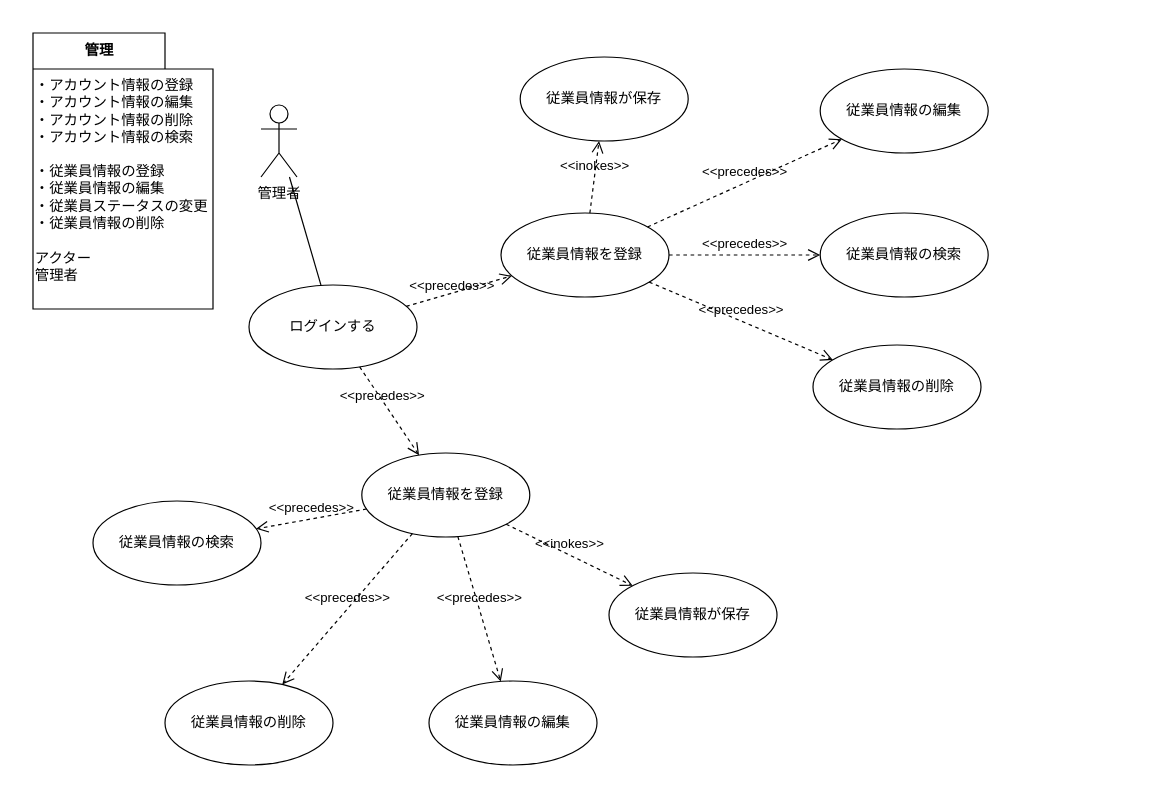
Before: drawio/account_manager/management.dio in takashiraki/github_image, a draw.io diagram. Source tidied: cells renumbered, new cells numbered last; positions are measured from the earlier drawing's top-left corner, leaving out a move shared by most shapes. Both pictures are drawn from the tidied source at 120%, with x=0, y=0 at pixel (20, 20).
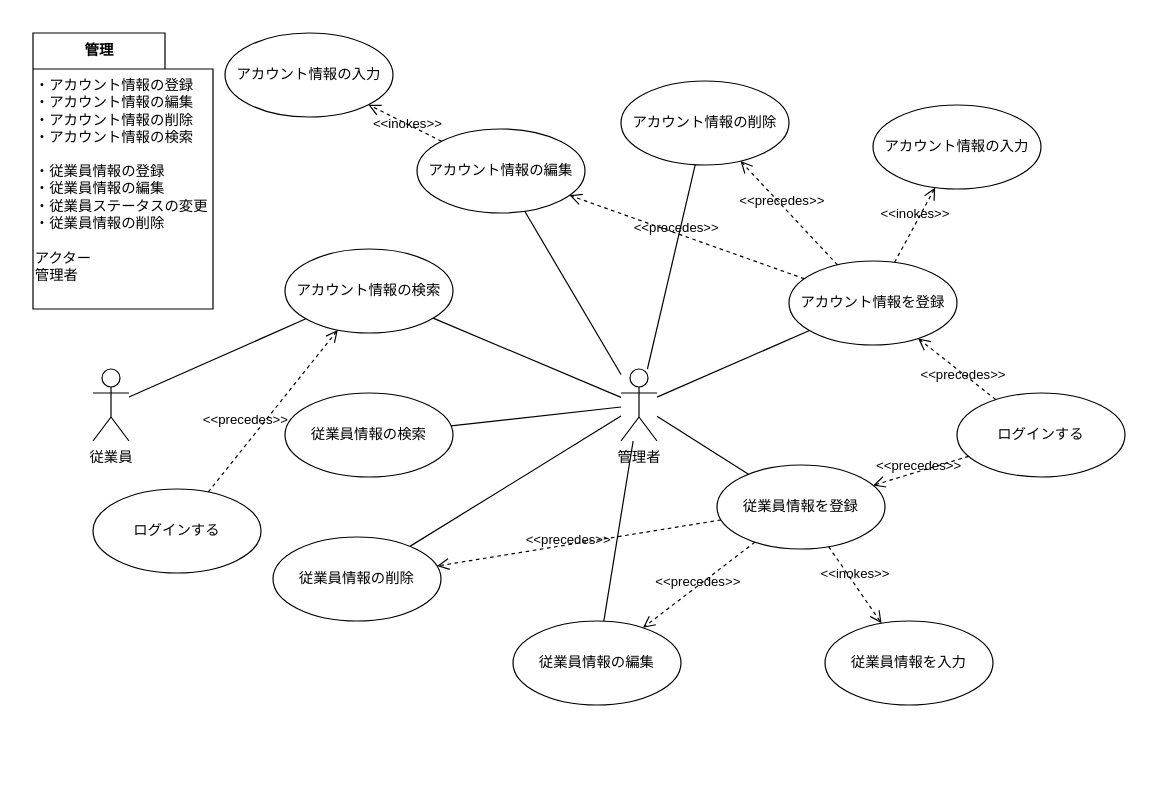
The same diagram, later.

What changed in the source:
```diff
@@
     <mxCell id="2" style="rounded=0;whiteSpace=wrap;html=1;strokeColor=none;" parent="1" vertex="1">
-      <mxGeometry width="930" height="640" as="geometry" />
+      <mxGeometry width="930" height="580" as="geometry" />
     </mxCell>
     <mxCell id="3" value="管理者" style="shape=umlActor;verticalLabelPosition=bottom;verticalAlign=top;html=1;outlineConnect=0;" parent="1" vertex="1">
-      <mxGeometry x="200" y="70" width="30" height="60" as="geometry" />
+      <mxGeometry x="500" y="290" width="30" height="60" as="geometry" />
     </mxCell>
@@
-    <mxCell id="6" value="従業員情報を登録" style="ellipse;whiteSpace=wrap;html=1;" parent="1" vertex="1">
-      <mxGeometry x="400" y="160" width="140" height="70" as="geometry" />
+    <mxCell id="6" value="アカウント情報を登録" style="ellipse;whiteSpace=wrap;html=1;" parent="1" vertex="1">
+      <mxGeometry x="640" y="200" width="140" height="70" as="geometry" />
     </mxCell>
-    <mxCell id="7" value="&amp;lt;&amp;lt;precedes&amp;gt;&amp;gt;" style="endArrow=open;startArrow=none;endFill=0;startFill=0;endSize=8;html=1;verticalAlign=bottom;dashed=1;labelBackgroundColor=none;" parent="1" edge="1" source="6" target="10">
-      <mxGeometry relative="1" as="geometry" />
-    </mxCell>
@@
-    <mxCell id="9" value="従業員情報が保存" style="ellipse;whiteSpace=wrap;html=1;" parent="1" vertex="1">
-      <mxGeometry x="416" y="30" width="140" height="70" as="geometry" />
+    <mxCell id="9" value="アカウント情報の入力" style="ellipse;whiteSpace=wrap;html=1;" parent="1" vertex="1">
+      <mxGeometry x="710" y="70" width="140" height="70" as="geometry" />
     </mxCell>
-    <mxCell id="10" value="従業員情報の編集" style="ellipse;whiteSpace=wrap;html=1;" parent="1" vertex="1">
-      <mxGeometry x="666" y="40" width="140" height="70" as="geometry" />
+    <mxCell id="10" value="アカウント情報の編集" style="ellipse;whiteSpace=wrap;html=1;" parent="1" vertex="1">
+      <mxGeometry x="330" y="90" width="140" height="70" as="geometry" />
     </mxCell>
-    <mxCell id="11" value="従業員情報の削除" style="ellipse;whiteSpace=wrap;html=1;" parent="1" vertex="1">
-      <mxGeometry x="660" y="270" width="140" height="70" as="geometry" />
+    <mxCell id="11" value="アカウント情報の削除" style="ellipse;whiteSpace=wrap;html=1;" parent="1" vertex="1">
+      <mxGeometry x="500" y="50" width="140" height="70" as="geometry" />
     </mxCell>
-    <mxCell id="12" value="従業員情報の検索" style="ellipse;whiteSpace=wrap;html=1;" parent="1" vertex="1">
-      <mxGeometry x="666" y="160" width="140" height="70" as="geometry" />
+    <mxCell id="12" value="アカウント情報の検索" style="ellipse;whiteSpace=wrap;html=1;" parent="1" vertex="1">
+      <mxGeometry x="220" y="190" width="140" height="70" as="geometry" />
     </mxCell>
-    <mxCell id="13" value="&amp;lt;&amp;lt;precedes&amp;gt;&amp;gt;" style="endArrow=open;startArrow=none;endFill=0;startFill=0;endSize=8;html=1;verticalAlign=bottom;dashed=1;labelBackgroundColor=none;" parent="1" edge="1" source="6" target="11">
-      <mxGeometry relative="1" as="geometry" />
-    </mxCell>
-    <mxCell id="14" value="&amp;lt;&amp;lt;precedes&amp;gt;&amp;gt;" style="endArrow=open;startArrow=none;endFill=0;startFill=0;endSize=8;html=1;verticalAlign=bottom;dashed=1;labelBackgroundColor=none;" parent="1" edge="1" source="6" target="12">
-      <mxGeometry relative="1" as="geometry" />
-    </mxCell>
     <mxCell id="15" value="従業員情報を登録" style="ellipse;whiteSpace=wrap;html=1;" parent="1" vertex="1">
-      <mxGeometry x="284" y="360" width="140" height="70" as="geometry" />
+      <mxGeometry x="580" y="370" width="140" height="70" as="geometry" />
     </mxCell>
-    <mxCell id="16" value="&amp;lt;&amp;lt;precedes&amp;gt;&amp;gt;" style="endArrow=open;startArrow=none;endFill=0;startFill=0;endSize=8;html=1;verticalAlign=bottom;dashed=1;labelBackgroundColor=none;" parent="1" edge="1" source="15" target="19">
-      <mxGeometry relative="1" as="geometry" />
-    </mxCell>
@@
-    <mxCell id="18" value="従業員情報が保存" style="ellipse;whiteSpace=wrap;html=1;" parent="1" vertex="1">
-      <mxGeometry x="490" y="460" width="140" height="70" as="geometry" />
+    <mxCell id="18" value="従業員情報を入力" style="ellipse;whiteSpace=wrap;html=1;" parent="1" vertex="1">
+      <mxGeometry x="670" y="500" width="140" height="70" as="geometry" />
     </mxCell>
     <mxCell id="19" value="従業員情報の編集" style="ellipse;whiteSpace=wrap;html=1;" parent="1" vertex="1">
-      <mxGeometry x="340" y="550" width="140" height="70" as="geometry" />
+      <mxGeometry x="410" y="500" width="140" height="70" as="geometry" />
     </mxCell>
     <mxCell id="20" value="従業員情報の削除" style="ellipse;whiteSpace=wrap;html=1;" parent="1" vertex="1">
-      <mxGeometry x="120" y="550" width="140" height="70" as="geometry" />
+      <mxGeometry x="210" y="430" width="140" height="70" as="geometry" />
     </mxCell>
     <mxCell id="21" value="従業員情報の検索" style="ellipse;whiteSpace=wrap;html=1;" parent="1" vertex="1">
-      <mxGeometry x="60" y="400" width="140" height="70" as="geometry" />
+      <mxGeometry x="220" y="310" width="140" height="70" as="geometry" />
     </mxCell>
-    <mxCell id="22" value="&amp;lt;&amp;lt;precedes&amp;gt;&amp;gt;" style="endArrow=open;startArrow=none;endFill=0;startFill=0;endSize=8;html=1;verticalAlign=bottom;dashed=1;labelBackgroundColor=none;" parent="1" edge="1" source="15" target="20">
-      <mxGeometry relative="1" as="geometry" />
-    </mxCell>
-    <mxCell id="23" value="&amp;lt;&amp;lt;precedes&amp;gt;&amp;gt;" style="endArrow=open;startArrow=none;endFill=0;startFill=0;endSize=8;html=1;verticalAlign=bottom;dashed=1;labelBackgroundColor=none;" parent="1" edge="1" source="15" target="21">
-      <mxGeometry relative="1" as="geometry" />
-    </mxCell>
     <mxCell id="24" value="ログインする" style="ellipse;whiteSpace=wrap;html=1;" parent="1" vertex="1">
-      <mxGeometry x="190" y="220" width="140" height="70" as="geometry" />
+      <mxGeometry x="780" y="310" width="140" height="70" as="geometry" />
     </mxCell>
     <mxCell id="25" value="&amp;lt;&amp;lt;precedes&amp;gt;&amp;gt;" style="endArrow=open;startArrow=none;endFill=0;startFill=0;endSize=8;html=1;verticalAlign=bottom;dashed=1;labelBackgroundColor=none;" parent="1" edge="1" source="24" target="6">
-      <mxGeometry x="-0.14" y="-3" relative="1" as="geometry" />
+      <mxGeometry x="-0.31" y="8" relative="1" as="geometry" />
     </mxCell>
     <mxCell id="26" value="&amp;lt;&amp;lt;precedes&amp;gt;&amp;gt;" style="endArrow=open;startArrow=none;endFill=0;startFill=0;endSize=8;html=1;verticalAlign=bottom;dashed=1;labelBackgroundColor=none;" parent="1" edge="1" source="24" target="15">
-      <mxGeometry x="-0.14" y="-3" relative="1" as="geometry" />
+      <mxGeometry x="0.08" y="4" relative="1" as="geometry" />
     </mxCell>
-    <mxCell id="27" style="endArrow=none;html=1;" parent="1" edge="1" source="24" target="3">
+    <mxCell id="27" style="endArrow=none;html=1;" parent="1" edge="1" source="6" target="3">
       <mxGeometry relative="1" as="geometry" />
     </mxCell>
+    <mxCell id="28" style="endArrow=none;html=1;" parent="1" edge="1" source="15" target="3">
+      <mxGeometry relative="1" as="geometry" />
+    </mxCell>
+    <mxCell id="29" style="endArrow=none;html=1;" parent="1" edge="1" source="3" target="11">
+      <mxGeometry relative="1" as="geometry" />
+    </mxCell>
+    <mxCell id="30" style="endArrow=none;html=1;" parent="1" edge="1" source="3" target="10">
+      <mxGeometry relative="1" as="geometry" />
+    </mxCell>
+    <mxCell id="31" style="endArrow=none;html=1;" parent="1" edge="1" source="3" target="12">
+      <mxGeometry relative="1" as="geometry" />
+    </mxCell>
+    <mxCell id="32" value="アカウント情報の入力" style="ellipse;whiteSpace=wrap;html=1;" parent="1" vertex="1">
+      <mxGeometry x="170" y="10" width="140" height="70" as="geometry" />
+    </mxCell>
+    <mxCell id="33" value="&amp;lt;&amp;lt;inokes&amp;gt;&amp;gt;" style="endArrow=open;startArrow=none;endFill=0;startFill=0;endSize=8;html=1;verticalAlign=bottom;dashed=1;labelBackgroundColor=none;" parent="1" edge="1" source="10" target="32">
+      <mxGeometry x="-0.17" y="8" relative="1" as="geometry" />
+    </mxCell>
+    <mxCell id="34" style="endArrow=none;html=1;" parent="1" edge="1" source="3" target="21">
+      <mxGeometry relative="1" as="geometry" />
+    </mxCell>
+    <mxCell id="35" style="endArrow=none;html=1;" parent="1" edge="1" source="3" target="19">
+      <mxGeometry relative="1" as="geometry" />
+    </mxCell>
+    <mxCell id="36" style="endArrow=none;html=1;" parent="1" edge="1" source="3" target="20">
+      <mxGeometry relative="1" as="geometry" />
+    </mxCell>
+    <mxCell id="13" value="&amp;lt;&amp;lt;precedes&amp;gt;&amp;gt;" style="endArrow=open;startArrow=none;endFill=0;startFill=0;endSize=8;html=1;verticalAlign=bottom;dashed=1;labelBackgroundColor=none;" parent="1" edge="1" source="6" target="11">
+      <mxGeometry x="0.08" y="4" relative="1" as="geometry" />
+    </mxCell>
+    <mxCell id="7" value="&amp;lt;&amp;lt;precedes&amp;gt;&amp;gt;" style="endArrow=open;startArrow=none;endFill=0;startFill=0;endSize=8;html=1;verticalAlign=bottom;dashed=1;labelBackgroundColor=none;" parent="1" edge="1" source="6" target="10">
+      <mxGeometry x="0.08" y="4" relative="1" as="geometry" />
+    </mxCell>
+    <mxCell id="16" value="&amp;lt;&amp;lt;precedes&amp;gt;&amp;gt;" style="endArrow=open;startArrow=none;endFill=0;startFill=0;endSize=8;html=1;verticalAlign=bottom;dashed=1;labelBackgroundColor=none;" parent="1" edge="1" source="15" target="19">
+      <mxGeometry x="0.08" y="4" relative="1" as="geometry" />
+    </mxCell>
+    <mxCell id="22" value="&amp;lt;&amp;lt;precedes&amp;gt;&amp;gt;" style="endArrow=open;startArrow=none;endFill=0;startFill=0;endSize=8;html=1;verticalAlign=bottom;dashed=1;labelBackgroundColor=none;" parent="1" edge="1" source="15" target="20">
+      <mxGeometry x="0.08" y="4" relative="1" as="geometry" />
+    </mxCell>
+    <mxCell id="37" value="従業員" style="shape=umlActor;verticalLabelPosition=bottom;verticalAlign=top;html=1;outlineConnect=0;" parent="1" vertex="1">
+      <mxGeometry x="60" y="290" width="30" height="60" as="geometry" />
+    </mxCell>
+    <mxCell id="38" style="endArrow=none;html=1;" parent="1" edge="1" source="12" target="37">
+      <mxGeometry relative="1" as="geometry" />
+    </mxCell>
+    <mxCell id="39" value="ログインする" style="ellipse;whiteSpace=wrap;html=1;" parent="1" vertex="1">
+      <mxGeometry x="60" y="390" width="140" height="70" as="geometry" />
+    </mxCell>
+    <mxCell id="40" value="&amp;lt;&amp;lt;precedes&amp;gt;&amp;gt;" style="endArrow=open;startArrow=none;endFill=0;startFill=0;endSize=8;html=1;verticalAlign=bottom;dashed=1;labelBackgroundColor=none;" parent="1" edge="1" source="39" target="12">
+      <mxGeometry x="-0.31" y="8" relative="1" as="geometry" />
+    </mxCell>
```
